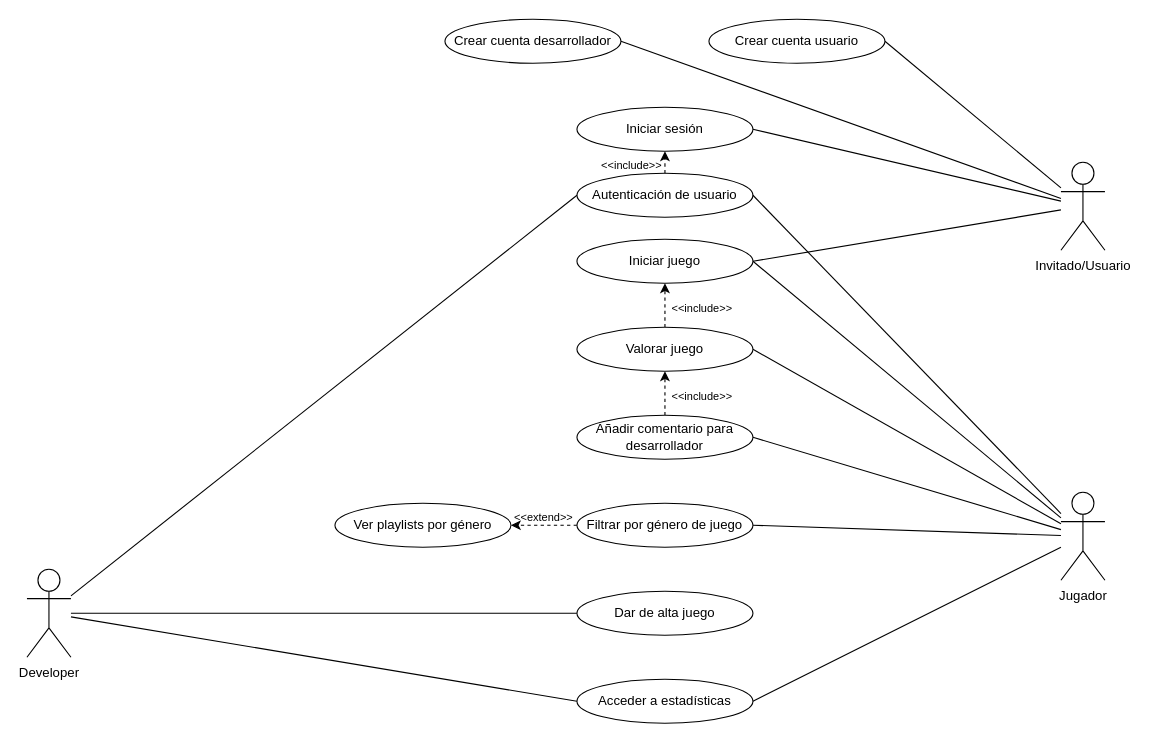
The draw.io diagram DiagramaCasosDeUso.drawio in ProyectoED/AplicacionTestingVideojuegos, before the edit. Source tidied: cells renumbered, new cells numbered last; positions are measured from the earlier drawing's top-left corner, leaving out a move shared by most shapes. Both pictures are drawn from the tidied source at 110%, with x=0, y=0 at pixel (26, 19).
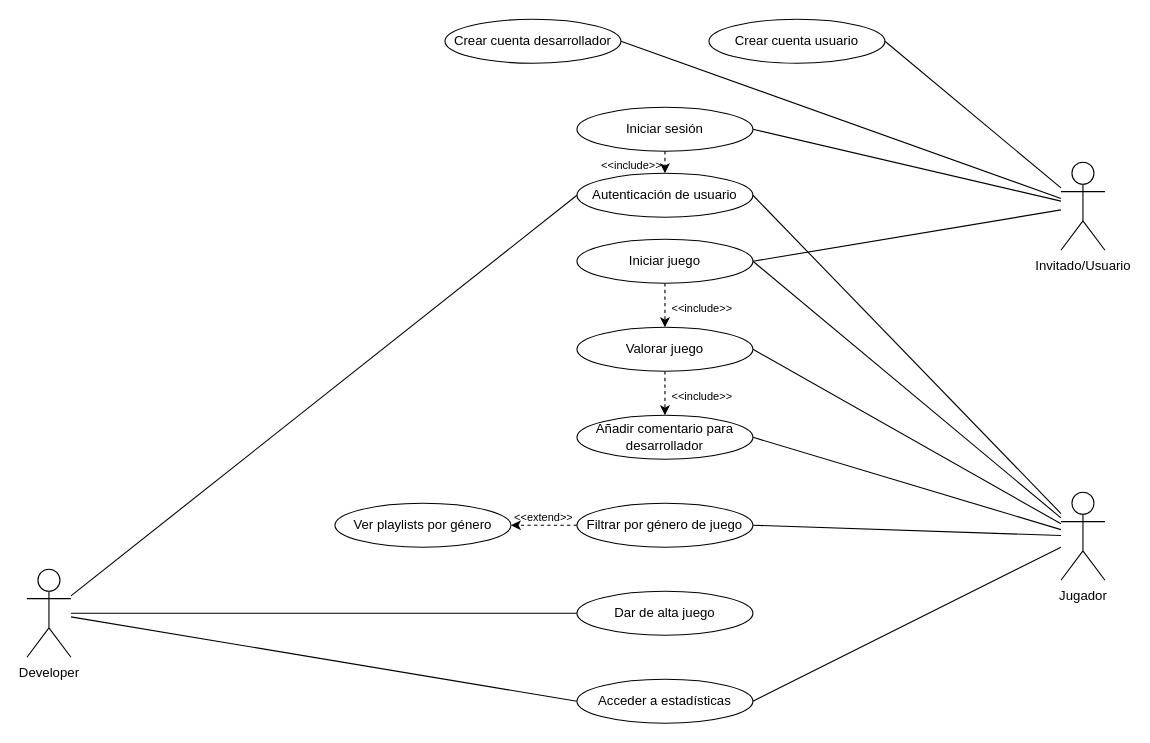
After the change.

Commit message:
Arreglados los <<include>>s

Unchanged cells that the change refers to:
```xml
<mxCell id="24" value="Iniciar sesión" style="ellipse;whiteSpace=wrap;html=1;" parent="1" vertex="1">
  <mxGeometry x="500" y="80" width="160" height="40" as="geometry" />
</mxCell>
<mxCell id="25" value="Iniciar juego" style="ellipse;whiteSpace=wrap;html=1;" parent="1" vertex="1">
  <mxGeometry x="500" y="200" width="160" height="40" as="geometry" />
</mxCell>
<mxCell id="26" value="Valorar juego" style="ellipse;whiteSpace=wrap;html=1;" parent="1" vertex="1">
  <mxGeometry x="500" y="280" width="160" height="40" as="geometry" />
</mxCell>
<mxCell id="27" value="Añadir comentario para desarrollador" style="ellipse;whiteSpace=wrap;html=1;" parent="1" vertex="1">
  <mxGeometry x="500" y="360" width="160" height="40" as="geometry" />
</mxCell>
<mxCell id="32" value="Autenticación de usuario" style="ellipse;whiteSpace=wrap;html=1;" parent="1" vertex="1">
  <mxGeometry x="500" y="140" width="160" height="40" as="geometry" />
</mxCell>
```

Change to the diagram source:
```diff
@@
-    <mxCell id="16" style="endArrow=classic;html=1;rounded=0;entryX=0.5;entryY=1;entryDx=0;entryDy=0;dashed=1;exitX=0.5;exitY=0;exitDx=0;exitDy=0;" parent="1" edge="1">
-      <mxGeometry relative="1" as="geometry">
-        <mxPoint x="580" y="360" as="sourcePoint" />
-        <mxPoint x="580" y="320" as="targetPoint" />
-      </mxGeometry>
+    <mxCell id="16" style="endArrow=classic;html=1;rounded=0;dashed=1;exitX=0.5;exitY=1;exitDx=0;exitDy=0;entryX=0.5;entryY=0;entryDx=0;entryDy=0;" parent="1" edge="1" source="26" target="27">
+      <mxGeometry relative="1" as="geometry" />
     </mxCell>
-    <mxCell id="17" style="endArrow=classic;html=1;rounded=0;entryX=0.5;entryY=1;entryDx=0;entryDy=0;dashed=1;exitX=0.5;exitY=0;exitDx=0;exitDy=0;" parent="1" edge="1">
-      <mxGeometry relative="1" as="geometry">
-        <mxPoint x="580" y="280" as="sourcePoint" />
-        <mxPoint x="580" y="240" as="targetPoint" />
-      </mxGeometry>
+    <mxCell id="17" style="endArrow=classic;html=1;rounded=0;dashed=1;exitX=0.5;exitY=1;exitDx=0;exitDy=0;entryX=0.5;entryY=0;entryDx=0;entryDy=0;" parent="1" edge="1" source="25" target="26">
+      <mxGeometry relative="1" as="geometry" />
     </mxCell>
@@
-    <mxCell id="33" style="endArrow=classic;html=1;rounded=0;entryX=0.5;entryY=1;entryDx=0;entryDy=0;dashed=1;exitX=0.5;exitY=0;exitDx=0;exitDy=0;" parent="1" edge="1" source="32" target="24">
+    <mxCell id="33" style="endArrow=classic;html=1;rounded=0;entryX=0.5;entryY=0;entryDx=0;entryDy=0;dashed=1;exitX=0.5;exitY=1;exitDx=0;exitDy=0;" parent="1" edge="1" source="24" target="32">
       <mxGeometry relative="1" as="geometry" />
     </mxCell>
```
